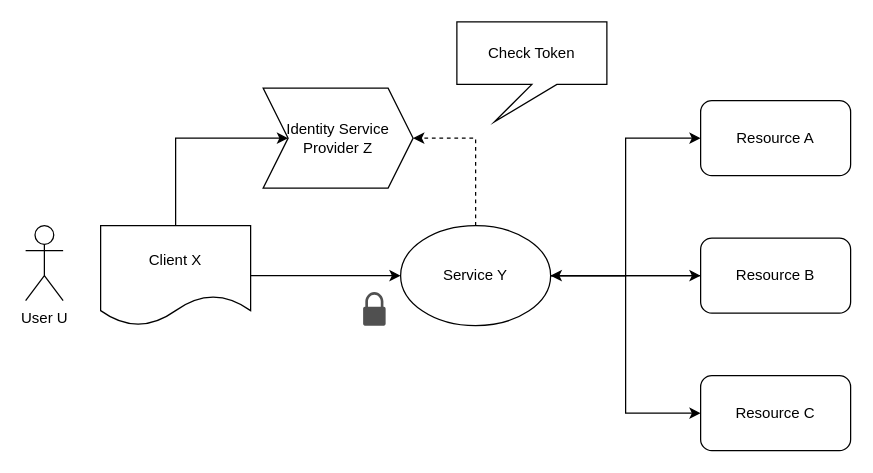
Above: page "Niet transparante Orkestratie" (4 of 4) of overleggen/Werkgroep API design rules/orkestratie/orkestratie.drawio in Geonovum/KP-APIs (draw.io), before the change. Source tidied: cells renumbered, new cells numbered last; positions are measured from the earlier drawing's top-left corner, leaving out a move shared by most shapes. Both pictures are drawn from the tidied source at 125%, with x=0, y=0 at pixel (25, 21).
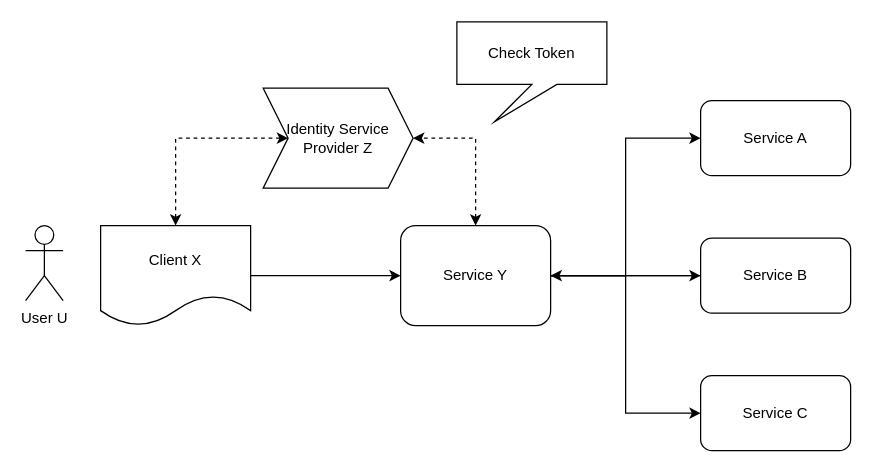
After the change.

The change refers to these unchanged cells:
```xml
<mxCell id="8" value="Client X" style="shape=document;whiteSpace=wrap;html=1;boundedLbl=1;" parent="1" vertex="1">
  <mxGeometry x="60" y="163" width="120" height="80" as="geometry" />
</mxCell>
<mxCell id="14" value="Identity Service Provider Z" style="shape=step;perimeter=stepPerimeter;whiteSpace=wrap;html=1;fixedSize=1;" parent="1" vertex="1">
  <mxGeometry x="190" y="53" width="120" height="80" as="geometry" />
</mxCell>
```

Diff of the diagram source:
```diff
@@
-    <mxCell id="5" value="Service Y" style="ellipse;whiteSpace=wrap;html=1;" parent="1" vertex="1">
+    <mxCell id="5" value="Service Y" style="rounded=1;whiteSpace=wrap;html=1;" parent="1" vertex="1">
       <mxGeometry x="300" y="163" width="120" height="80" as="geometry" />
     </mxCell>
@@
-    <mxCell id="7" style="edgeStyle=orthogonalEdgeStyle;rounded=0;jettySize=auto;html=1;entryX=0;entryY=0.5;entryDx=0;entryDy=0;" parent="1" edge="1" source="8" target="14">
+    <mxCell id="7" style="edgeStyle=orthogonalEdgeStyle;rounded=0;jettySize=auto;html=1;entryX=0;entryY=0.5;entryDx=0;entryDy=0;dashed=1;startArrow=classic;startFill=1;" parent="1" edge="1" source="8" target="14">
       <mxGeometry relative="1" as="geometry">
         <Array as="points">
           <mxPoint x="120" y="93" />
         </Array>
       </mxGeometry>
     </mxCell>
@@
-    <mxCell id="9" style="edgeStyle=orthogonalEdgeStyle;rounded=0;jettySize=auto;html=1;dashed=1;exitX=0.5;exitY=0;exitDx=0;exitDy=0;" parent="1" edge="1" source="5" target="14">
+    <mxCell id="9" style="edgeStyle=orthogonalEdgeStyle;rounded=0;jettySize=auto;html=1;dashed=1;exitX=0.5;exitY=0;exitDx=0;exitDy=0;startArrow=classic;startFill=1;" parent="1" edge="1" source="5" target="14">
       <mxGeometry relative="1" as="geometry">
         <Array as="points">
           <mxPoint x="360" y="93" />
         </Array>
       </mxGeometry>
     </mxCell>
-    <mxCell id="10" value="Resource A" style="rounded=1;whiteSpace=wrap;html=1;" parent="1" vertex="1">
+    <mxCell id="10" value="Service A" style="rounded=1;whiteSpace=wrap;html=1;" parent="1" vertex="1">
       <mxGeometry x="540" y="63" width="120" height="60" as="geometry" />
     </mxCell>
@@
-    <mxCell id="12" value="Resource B" style="rounded=1;whiteSpace=wrap;html=1;" parent="1" vertex="1">
+    <mxCell id="12" value="Service B" style="rounded=1;whiteSpace=wrap;html=1;" parent="1" vertex="1">
       <mxGeometry x="540" y="173" width="120" height="60" as="geometry" />
     </mxCell>
-    <mxCell id="13" value="Resource C" style="rounded=1;whiteSpace=wrap;html=1;" parent="1" vertex="1">
+    <mxCell id="13" value="Service C" style="rounded=1;whiteSpace=wrap;html=1;" parent="1" vertex="1">
       <mxGeometry x="540" y="283" width="120" height="60" as="geometry" />
     </mxCell>
@@
-    <mxCell id="15" style="sketch=0;shadow=0;dashed=0;html=1;strokeColor=none;fillColor=#505050;labelPosition=center;verticalLabelPosition=bottom;verticalAlign=top;align=center;shape=mxgraph.office.security.lock_protected;" parent="1" vertex="1">
-      <mxGeometry x="270" y="216" width="18" height="27" as="geometry" />
-    </mxCell>
```
